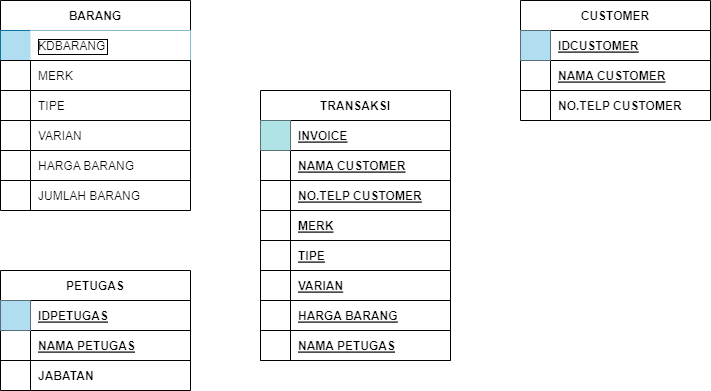
This is database.drawio.png from MountZ1/PR_PenjualanHandPhone_ArdiSaputraTIP-21.2, a draw.io export, as it was before one commit. Source tidied: cells renumbered, new cells last; positions are measured from the earlier drawing's top-left corner, leaving out a move shared by most shapes.
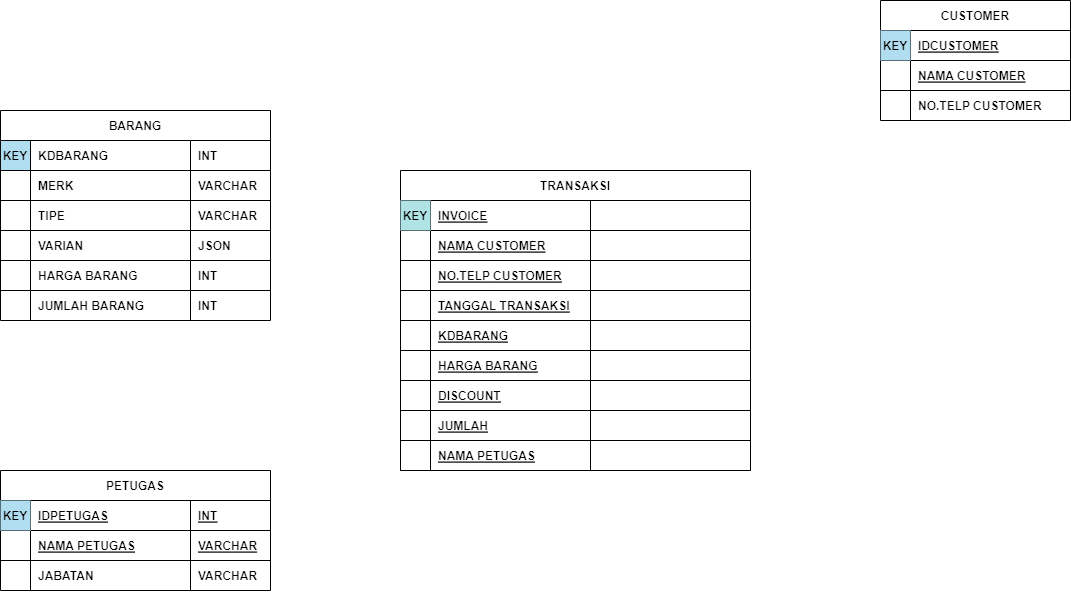
The same file after the commit.

Diff of the diagram source:
```diff
@@ -5,8 +5,8 @@
     <mxCell id="2" value="PETUGAS" style="shape=table;startSize=30;rowLines=0;align=center;fontStyle=1;" parent="1" vertex="1">
-      <mxGeometry y="270" width="190" height="120" as="geometry" />
+      <mxGeometry x="-30" y="470" width="270" height="120" as="geometry" />
     </mxCell>
     <mxCell id="3" style="shape=partialRectangle;fillColor=none;top=0;left=0;right=0;bottom=1;" parent="2" vertex="1">
-      <mxGeometry y="30" width="190" height="30" as="geometry" />
+      <mxGeometry y="30" width="270" height="30" as="geometry" />
     </mxCell>
-    <mxCell id="4" style="shape=partialRectangle;overflow=hidden;fillColor=#b1ddf0;top=0;left=0;bottom=0;right=0;fontStyle=1;strokeColor=#10739e;" parent="3" vertex="1">
+    <mxCell id="4" value="KEY" style="shape=partialRectangle;overflow=hidden;fillColor=#b1ddf0;top=0;left=0;bottom=0;right=0;fontStyle=1;strokeColor=#10739e;" parent="3" vertex="1">
       <mxGeometry width="30" height="30" as="geometry" />
@@ -16,4 +16,7 @@
     </mxCell>
+    <mxCell id="66" value="INT" style="shape=partialRectangle;overflow=hidden;fillColor=none;top=0;left=0;bottom=0;right=0;align=left;spacingLeft=6;fontStyle=5;" parent="3" vertex="1">
+      <mxGeometry x="190" width="80" height="30" as="geometry" />
+    </mxCell>
     <mxCell id="6" style="shape=partialRectangle;fillColor=none;top=0;left=0;right=0;bottom=1;" parent="2" vertex="1">
-      <mxGeometry y="60" width="190" height="30" as="geometry" />
+      <mxGeometry y="60" width="270" height="30" as="geometry" />
     </mxCell>
@@ -25,4 +28,7 @@
     </mxCell>
+    <mxCell id="67" value="VARCHAR" style="shape=partialRectangle;overflow=hidden;fillColor=none;top=0;left=0;bottom=0;right=0;align=left;spacingLeft=6;fontStyle=5;" parent="6" vertex="1">
+      <mxGeometry x="190" width="80" height="30" as="geometry" />
+    </mxCell>
     <mxCell id="9" style="shape=partialRectangle;fillColor=none;top=0;left=0;right=0;bottom=0;" parent="2" vertex="1">
-      <mxGeometry y="90" width="190" height="30" as="geometry" />
+      <mxGeometry y="90" width="270" height="30" as="geometry" />
     </mxCell>
@@ -34,4 +40,7 @@
     </mxCell>
+    <mxCell id="68" value="VARCHAR" style="shape=partialRectangle;overflow=hidden;fillColor=none;top=0;left=0;bottom=0;right=0;align=left;spacingLeft=6;fontStyle=1;" parent="9" vertex="1">
+      <mxGeometry x="190" width="80" height="30" as="geometry" />
+    </mxCell>
     <mxCell id="12" value="CUSTOMER" style="shape=table;startSize=30;rowLines=0;fontStyle=1;align=center;" parent="1" vertex="1">
-      <mxGeometry x="520" width="190" height="120" as="geometry" />
+      <mxGeometry x="850" width="190" height="120" as="geometry" />
     </mxCell>
@@ -40,3 +49,3 @@
     </mxCell>
-    <mxCell id="14" style="shape=partialRectangle;overflow=hidden;fillColor=#b1ddf0;top=0;left=0;bottom=0;right=0;fontStyle=1;strokeColor=#10739e;" parent="13" vertex="1">
+    <mxCell id="14" value="KEY" style="shape=partialRectangle;overflow=hidden;fillColor=#b1ddf0;top=0;left=0;bottom=0;right=0;fontStyle=1;strokeColor=#10739e;" parent="13" vertex="1">
       <mxGeometry width="30" height="30" as="geometry" />
@@ -65,15 +74,18 @@
     <mxCell id="22" value="BARANG" style="shape=table;startSize=30;rowLines=1;fontStyle=1;align=center;" parent="1" vertex="1">
-      <mxGeometry width="190" height="210" as="geometry" />
+      <mxGeometry x="-30" y="110" width="270" height="210" as="geometry" />
     </mxCell>
-    <mxCell id="23" style="shape=partialRectangle;fillColor=#b1ddf0;top=1;left=1;right=1;bottom=1;strokeColor=#10739e;" parent="22" vertex="1">
-      <mxGeometry y="30" width="190" height="30" as="geometry" />
+    <mxCell id="23" style="shape=partialRectangle;fillColor=#b1ddf0;top=1;left=1;right=1;bottom=1;strokeColor=#0d0d0d;" parent="22" vertex="1">
+      <mxGeometry y="30" width="270" height="30" as="geometry" />
     </mxCell>
-    <mxCell id="24" style="shape=partialRectangle;overflow=hidden;fillColor=none;top=0;left=0;bottom=0;right=0;" parent="23" vertex="1">
+    <mxCell id="24" value="KEY" style="shape=partialRectangle;overflow=hidden;fillColor=none;top=0;left=0;bottom=0;right=0;fontStyle=1;" parent="23" vertex="1">
       <mxGeometry width="30" height="30" as="geometry" />
     </mxCell>
-    <mxCell id="25" value="KDBARANG" style="shape=partialRectangle;overflow=hidden;top=0;left=0;bottom=0;right=0;align=left;spacingLeft=6;strokeColor=#000000;labelBorderColor=#000000;" parent="23" vertex="1">
+    <mxCell id="25" value="KDBARANG" style="shape=partialRectangle;overflow=hidden;top=1;left=1;bottom=1;right=1;align=left;spacingLeft=6;strokeColor=#000000;labelBorderColor=none;fontStyle=1;" parent="23" vertex="1">
       <mxGeometry x="30" width="160" height="30" as="geometry" />
     </mxCell>
+    <mxCell id="69" value="INT" style="shape=partialRectangle;overflow=hidden;top=1;left=1;bottom=1;right=1;align=left;spacingLeft=6;strokeColor=#000000;labelBorderColor=none;fontStyle=1;" parent="23" vertex="1">
+      <mxGeometry x="190" width="80" height="30" as="geometry" />
+    </mxCell>
     <mxCell id="26" style="shape=partialRectangle;fillColor=none;top=1;left=1;right=1;bottom=1;" parent="22" vertex="1">
-      <mxGeometry y="60" width="190" height="30" as="geometry" />
+      <mxGeometry y="60" width="270" height="30" as="geometry" />
     </mxCell>
@@ -82,7 +94,10 @@
     </mxCell>
-    <mxCell id="28" value="MERK" style="shape=partialRectangle;overflow=hidden;fillColor=none;top=0;left=0;bottom=0;right=0;align=left;spacingLeft=6;" parent="26" vertex="1">
+    <mxCell id="28" value="MERK" style="shape=partialRectangle;overflow=hidden;fillColor=none;top=0;left=0;bottom=0;right=0;align=left;spacingLeft=6;fontStyle=1;" parent="26" vertex="1">
       <mxGeometry x="30" width="160" height="30" as="geometry" />
     </mxCell>
+    <mxCell id="70" value="VARCHAR" style="shape=partialRectangle;overflow=hidden;fillColor=none;top=0;left=0;bottom=0;right=0;align=left;spacingLeft=6;fontStyle=1;" parent="26" vertex="1">
+      <mxGeometry x="190" width="80" height="30" as="geometry" />
+    </mxCell>
     <mxCell id="29" style="shape=partialRectangle;fillColor=none;top=0;left=0;right=0;bottom=0;" parent="22" vertex="1">
-      <mxGeometry y="90" width="190" height="30" as="geometry" />
+      <mxGeometry y="90" width="270" height="30" as="geometry" />
     </mxCell>
@@ -91,7 +106,10 @@
     </mxCell>
-    <mxCell id="31" value="TIPE" style="shape=partialRectangle;overflow=hidden;fillColor=none;top=0;left=0;bottom=0;right=0;align=left;spacingLeft=6;" parent="29" vertex="1">
+    <mxCell id="31" value="TIPE" style="shape=partialRectangle;overflow=hidden;fillColor=none;top=0;left=0;bottom=0;right=0;align=left;spacingLeft=6;fontStyle=1;" parent="29" vertex="1">
       <mxGeometry x="30" width="160" height="30" as="geometry" />
     </mxCell>
+    <mxCell id="71" value="VARCHAR" style="shape=partialRectangle;overflow=hidden;fillColor=none;top=0;left=0;bottom=0;right=0;align=left;spacingLeft=6;fontStyle=1;" parent="29" vertex="1">
+      <mxGeometry x="190" width="80" height="30" as="geometry" />
+    </mxCell>
     <mxCell id="32" style="shape=partialRectangle;fillColor=none;top=0;left=0;right=0;bottom=0;" parent="22" vertex="1">
-      <mxGeometry y="120" width="190" height="30" as="geometry" />
+      <mxGeometry y="120" width="270" height="30" as="geometry" />
     </mxCell>
@@ -100,7 +118,10 @@
     </mxCell>
-    <mxCell id="34" value="VARIAN" style="shape=partialRectangle;overflow=hidden;fillColor=none;top=0;left=0;bottom=0;right=0;align=left;spacingLeft=6;" parent="32" vertex="1">
+    <mxCell id="34" value="VARIAN" style="shape=partialRectangle;overflow=hidden;fillColor=none;top=0;left=0;bottom=0;right=0;align=left;spacingLeft=6;fontStyle=1;" parent="32" vertex="1">
       <mxGeometry x="30" width="160" height="30" as="geometry" />
     </mxCell>
+    <mxCell id="72" value="JSON" style="shape=partialRectangle;overflow=hidden;fillColor=none;top=0;left=0;bottom=0;right=0;align=left;spacingLeft=6;fontStyle=1;" parent="32" vertex="1">
+      <mxGeometry x="190" width="80" height="30" as="geometry" />
+    </mxCell>
     <mxCell id="35" style="shape=partialRectangle;fillColor=none;top=0;left=0;right=0;bottom=0;" parent="22" vertex="1">
-      <mxGeometry y="150" width="190" height="30" as="geometry" />
+      <mxGeometry y="150" width="270" height="30" as="geometry" />
     </mxCell>
@@ -109,7 +130,10 @@
     </mxCell>
-    <mxCell id="37" value="HARGA BARANG" style="shape=partialRectangle;overflow=hidden;fillColor=none;top=0;left=0;bottom=0;right=0;align=left;spacingLeft=6;" parent="35" vertex="1">
+    <mxCell id="37" value="HARGA BARANG" style="shape=partialRectangle;overflow=hidden;fillColor=none;top=0;left=0;bottom=0;right=0;align=left;spacingLeft=6;fontStyle=1;" parent="35" vertex="1">
       <mxGeometry x="30" width="160" height="30" as="geometry" />
     </mxCell>
+    <mxCell id="73" value="INT" style="shape=partialRectangle;overflow=hidden;fillColor=none;top=0;left=0;bottom=0;right=0;align=left;spacingLeft=6;fontStyle=1;" parent="35" vertex="1">
+      <mxGeometry x="190" width="80" height="30" as="geometry" />
+    </mxCell>
     <mxCell id="38" style="shape=partialRectangle;fillColor=none;top=0;left=0;right=0;bottom=0;" parent="22" vertex="1">
-      <mxGeometry y="180" width="190" height="30" as="geometry" />
+      <mxGeometry y="180" width="270" height="30" as="geometry" />
     </mxCell>
@@ -118,12 +142,15 @@
     </mxCell>
-    <mxCell id="40" value="JUMLAH BARANG" style="shape=partialRectangle;overflow=hidden;fillColor=none;top=0;left=0;bottom=0;right=0;align=left;spacingLeft=6;" parent="38" vertex="1">
+    <mxCell id="40" value="JUMLAH BARANG" style="shape=partialRectangle;overflow=hidden;fillColor=none;top=0;left=0;bottom=0;right=0;align=left;spacingLeft=6;fontStyle=1;" parent="38" vertex="1">
       <mxGeometry x="30" width="160" height="30" as="geometry" />
     </mxCell>
+    <mxCell id="74" value="INT" style="shape=partialRectangle;overflow=hidden;fillColor=none;top=0;left=0;bottom=0;right=0;align=left;spacingLeft=6;fontStyle=1;" parent="38" vertex="1">
+      <mxGeometry x="190" width="80" height="30" as="geometry" />
+    </mxCell>
     <mxCell id="41" value="TRANSAKSI" style="shape=table;startSize=30;rowLines=0;fontStyle=1;align=center;" parent="1" vertex="1">
-      <mxGeometry x="260" y="90" width="190" height="270" as="geometry" />
+      <mxGeometry x="370" y="170" width="350" height="300" as="geometry" />
     </mxCell>
     <mxCell id="42" style="shape=partialRectangle;fillColor=none;top=0;left=0;right=0;bottom=1;" parent="41" vertex="1">
-      <mxGeometry y="30" width="190" height="30" as="geometry" />
+      <mxGeometry y="30" width="350" height="30" as="geometry" />
     </mxCell>
-    <mxCell id="43" style="shape=partialRectangle;overflow=hidden;fillColor=#b0e3e6;top=0;left=0;bottom=0;right=0;fontStyle=1;strokeColor=#0e8088;" parent="42" vertex="1">
+    <mxCell id="43" value="KEY" style="shape=partialRectangle;overflow=hidden;fillColor=#b0e3e6;top=0;left=0;bottom=0;right=0;fontStyle=1;strokeColor=#0e8088;" parent="42" vertex="1">
       <mxGeometry width="30" height="30" as="geometry" />
@@ -133,4 +160,7 @@
     </mxCell>
+    <mxCell id="75" style="shape=partialRectangle;overflow=hidden;fillColor=none;top=0;left=0;bottom=0;right=0;align=left;spacingLeft=6;fontStyle=5;" parent="42" vertex="1">
+      <mxGeometry x="190" width="160" height="30" as="geometry" />
+    </mxCell>
     <mxCell id="45" style="shape=partialRectangle;fillColor=none;top=0;left=0;right=0;bottom=1;" parent="41" vertex="1">
-      <mxGeometry y="60" width="190" height="30" as="geometry" />
+      <mxGeometry y="60" width="350" height="30" as="geometry" />
     </mxCell>
@@ -142,4 +172,7 @@
     </mxCell>
+    <mxCell id="76" style="shape=partialRectangle;overflow=hidden;fillColor=none;top=0;left=0;bottom=0;right=0;align=left;spacingLeft=6;fontStyle=5;" parent="45" vertex="1">
+      <mxGeometry x="190" width="160" height="30" as="geometry" />
+    </mxCell>
     <mxCell id="48" style="shape=partialRectangle;fillColor=none;top=0;left=0;right=0;bottom=1;" parent="41" vertex="1">
-      <mxGeometry y="90" width="190" height="30" as="geometry" />
+      <mxGeometry y="90" width="350" height="30" as="geometry" />
     </mxCell>
@@ -151,31 +184,31 @@
     </mxCell>
-    <mxCell id="51" style="shape=partialRectangle;fillColor=none;top=0;left=0;right=0;bottom=1;" parent="41" vertex="1">
-      <mxGeometry y="120" width="190" height="30" as="geometry" />
-    </mxCell>
-    <mxCell id="52" style="shape=partialRectangle;overflow=hidden;fillColor=none;top=0;left=0;bottom=0;right=0;fontStyle=1;" parent="51" vertex="1">
-      <mxGeometry width="30" height="30" as="geometry" />
-    </mxCell>
-    <mxCell id="53" value="MERK" style="shape=partialRectangle;overflow=hidden;fillColor=none;top=0;left=0;bottom=0;right=0;align=left;spacingLeft=6;fontStyle=5;" parent="51" vertex="1">
-      <mxGeometry x="30" width="160" height="30" as="geometry" />
-    </mxCell>
-    <mxCell id="54" style="shape=partialRectangle;fillColor=none;top=0;left=0;right=0;bottom=1;" parent="41" vertex="1">
-      <mxGeometry y="150" width="190" height="30" as="geometry" />
-    </mxCell>
-    <mxCell id="55" style="shape=partialRectangle;overflow=hidden;fillColor=none;top=0;left=0;bottom=0;right=0;fontStyle=1;" parent="54" vertex="1">
-      <mxGeometry width="30" height="30" as="geometry" />
-    </mxCell>
-    <mxCell id="56" value="TIPE" style="shape=partialRectangle;overflow=hidden;fillColor=none;top=0;left=0;bottom=0;right=0;align=left;spacingLeft=6;fontStyle=5;" parent="54" vertex="1">
-      <mxGeometry x="30" width="160" height="30" as="geometry" />
-    </mxCell>
-    <mxCell id="57" style="shape=partialRectangle;fillColor=none;top=0;left=0;right=0;bottom=1;" parent="41" vertex="1">
-      <mxGeometry y="180" width="190" height="30" as="geometry" />
-    </mxCell>
-    <mxCell id="58" style="shape=partialRectangle;overflow=hidden;fillColor=none;top=0;left=0;bottom=0;right=0;fontStyle=1;" parent="57" vertex="1">
-      <mxGeometry width="30" height="30" as="geometry" />
-    </mxCell>
-    <mxCell id="59" value="VARIAN" style="shape=partialRectangle;overflow=hidden;fillColor=none;top=0;left=0;bottom=0;right=0;align=left;spacingLeft=6;fontStyle=5;" parent="57" vertex="1">
-      <mxGeometry x="30" width="160" height="30" as="geometry" />
-    </mxCell>
+    <mxCell id="77" style="shape=partialRectangle;overflow=hidden;fillColor=none;top=0;left=0;bottom=0;right=0;align=left;spacingLeft=6;fontStyle=5;" parent="48" vertex="1">
+      <mxGeometry x="190" width="160" height="30" as="geometry" />
+    </mxCell>
+    <mxCell id="78" style="shape=partialRectangle;fillColor=none;top=0;left=0;right=0;bottom=1;" parent="41" vertex="1">
+      <mxGeometry y="120" width="350" height="30" as="geometry" />
+    </mxCell>
+    <mxCell id="79" style="shape=partialRectangle;overflow=hidden;fillColor=none;top=0;left=0;bottom=0;right=0;fontStyle=1;" parent="78" vertex="1">
+      <mxGeometry width="30" height="30" as="geometry" />
+    </mxCell>
+    <mxCell id="80" value="TANGGAL TRANSAKSI" style="shape=partialRectangle;overflow=hidden;fillColor=none;top=0;left=0;bottom=0;right=0;align=left;spacingLeft=6;fontStyle=5;" parent="78" vertex="1">
+      <mxGeometry x="30" width="160" height="30" as="geometry" />
+    </mxCell>
+    <mxCell id="81" style="shape=partialRectangle;overflow=hidden;fillColor=none;top=0;left=0;bottom=0;right=0;align=left;spacingLeft=6;fontStyle=5;" parent="78" vertex="1">
+      <mxGeometry x="190" width="160" height="30" as="geometry" />
+    </mxCell>
+    <mxCell id="82" style="shape=partialRectangle;fillColor=none;top=0;left=0;right=0;bottom=1;" parent="41" vertex="1">
+      <mxGeometry y="150" width="350" height="30" as="geometry" />
+    </mxCell>
+    <mxCell id="83" style="shape=partialRectangle;overflow=hidden;fillColor=none;top=0;left=0;bottom=0;right=0;fontStyle=1;" parent="82" vertex="1">
+      <mxGeometry width="30" height="30" as="geometry" />
+    </mxCell>
+    <mxCell id="84" value="KDBARANG" style="shape=partialRectangle;overflow=hidden;fillColor=none;top=0;left=0;bottom=0;right=0;align=left;spacingLeft=6;fontStyle=5;" parent="82" vertex="1">
+      <mxGeometry x="30" width="160" height="30" as="geometry" />
+    </mxCell>
+    <mxCell id="85" style="shape=partialRectangle;overflow=hidden;fillColor=none;top=0;left=0;bottom=0;right=0;align=left;spacingLeft=6;fontStyle=5;" parent="82" vertex="1">
+      <mxGeometry x="190" width="160" height="30" as="geometry" />
+    </mxCell>
     <mxCell id="60" style="shape=partialRectangle;fillColor=none;top=0;left=0;right=0;bottom=1;" parent="41" vertex="1">
-      <mxGeometry y="210" width="190" height="30" as="geometry" />
+      <mxGeometry y="180" width="350" height="30" as="geometry" />
     </mxCell>
@@ -187,4 +220,31 @@
     </mxCell>
+    <mxCell id="86" style="shape=partialRectangle;overflow=hidden;fillColor=none;top=0;left=0;bottom=0;right=0;align=left;spacingLeft=6;fontStyle=5;" parent="60" vertex="1">
+      <mxGeometry x="190" width="160" height="30" as="geometry" />
+    </mxCell>
+    <mxCell id="87" style="shape=partialRectangle;fillColor=none;top=0;left=0;right=0;bottom=1;" parent="41" vertex="1">
+      <mxGeometry y="210" width="350" height="30" as="geometry" />
+    </mxCell>
+    <mxCell id="88" style="shape=partialRectangle;overflow=hidden;fillColor=none;top=0;left=0;bottom=0;right=0;fontStyle=1;" parent="87" vertex="1">
+      <mxGeometry width="30" height="30" as="geometry" />
+    </mxCell>
+    <mxCell id="89" value="DISCOUNT" style="shape=partialRectangle;overflow=hidden;fillColor=none;top=0;left=0;bottom=0;right=0;align=left;spacingLeft=6;fontStyle=5;" parent="87" vertex="1">
+      <mxGeometry x="30" width="160" height="30" as="geometry" />
+    </mxCell>
+    <mxCell id="90" style="shape=partialRectangle;overflow=hidden;fillColor=none;top=0;left=0;bottom=0;right=0;align=left;spacingLeft=6;fontStyle=5;" parent="87" vertex="1">
+      <mxGeometry x="190" width="160" height="30" as="geometry" />
+    </mxCell>
+    <mxCell id="91" style="shape=partialRectangle;fillColor=none;top=0;left=0;right=0;bottom=1;" parent="41" vertex="1">
+      <mxGeometry y="240" width="350" height="30" as="geometry" />
+    </mxCell>
+    <mxCell id="92" style="shape=partialRectangle;overflow=hidden;fillColor=none;top=0;left=0;bottom=0;right=0;fontStyle=1;" parent="91" vertex="1">
+      <mxGeometry width="30" height="30" as="geometry" />
+    </mxCell>
+    <mxCell id="93" value="JUMLAH" style="shape=partialRectangle;overflow=hidden;fillColor=none;top=0;left=0;bottom=0;right=0;align=left;spacingLeft=6;fontStyle=5;" parent="91" vertex="1">
+      <mxGeometry x="30" width="160" height="30" as="geometry" />
+    </mxCell>
+    <mxCell id="94" style="shape=partialRectangle;overflow=hidden;fillColor=none;top=0;left=0;bottom=0;right=0;align=left;spacingLeft=6;fontStyle=5;" parent="91" vertex="1">
+      <mxGeometry x="190" width="160" height="30" as="geometry" />
+    </mxCell>
     <mxCell id="63" style="shape=partialRectangle;fillColor=none;top=0;left=0;right=0;bottom=1;" parent="41" vertex="1">
-      <mxGeometry y="240" width="190" height="30" as="geometry" />
+      <mxGeometry y="270" width="350" height="30" as="geometry" />
     </mxCell>
@@ -196,2 +256,5 @@
     </mxCell>
+    <mxCell id="95" style="shape=partialRectangle;overflow=hidden;fillColor=none;top=0;left=0;bottom=0;right=0;align=left;spacingLeft=6;fontStyle=5;" parent="63" vertex="1">
+      <mxGeometry x="190" width="160" height="30" as="geometry" />
+    </mxCell>
   </root>
```
